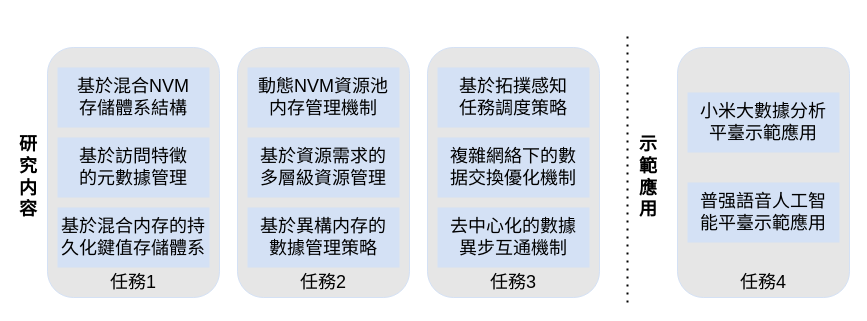
Above: 研究内容3任务.drawio in icszhr/aomenNVM (draw.io), before the change. Source tidied: cells renumbered, new cells numbered last; positions are measured from the earlier drawing's top-left corner, leaving out a move shared by most shapes. Both pictures are drawn from the tidied source at 100%, with x=0, y=0 at pixel (17, 32).
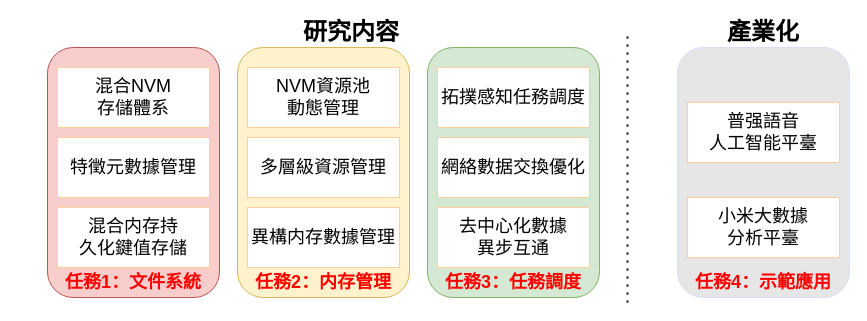
The same diagram, later.

Commit message:
更新研究内容3任务.drawio

The edit, as a diff of the source:
```diff
@@
-    <mxCell id="2" style="rounded=1;whiteSpace=wrap;html=1;strokeColor=#D4E1F5;fillColor=#E6E6E6;" parent="1" vertex="1">
+    <mxCell id="2" style="rounded=1;whiteSpace=wrap;html=1;strokeColor=#b85450;fillColor=#f8cecc;" parent="1" vertex="1">
       <mxGeometry x="30" y="15" width="172" height="250" as="geometry" />
     </mxCell>
-    <mxCell id="3" value="&lt;font style=&quot;font-size: 18px;&quot;&gt;任務1&lt;/font&gt;" style="text;html=1;strokeColor=none;fillColor=none;align=center;verticalAlign=middle;whiteSpace=wrap;rounded=0;" parent="1" vertex="1">
-      <mxGeometry x="86" y="235" width="60" height="30" as="geometry" />
+    <mxCell id="3" value="&lt;font color=&quot;#ff0000&quot; style=&quot;font-size: 18px;&quot;&gt;&lt;b&gt;任務1：文件系統&lt;/b&gt;&lt;/font&gt;" style="text;html=1;strokeColor=none;fillColor=none;align=center;verticalAlign=middle;whiteSpace=wrap;rounded=0;" parent="1" vertex="1">
+      <mxGeometry x="46" y="235" width="140" height="30" as="geometry" />
     </mxCell>
-    <mxCell id="4" value="&lt;span style=&quot;font-size: 18px;&quot;&gt;基於混合NVM&lt;br&gt;存儲體系結構&lt;br&gt;&lt;/span&gt;" style="rounded=0;whiteSpace=wrap;html=1;fillColor=#D4E1F5;strokeColor=none;" parent="1" vertex="1">
+    <mxCell id="4" value="&lt;span style=&quot;font-size: 18px;&quot;&gt;混合NVM&lt;br&gt;存儲體系&lt;br&gt;&lt;/span&gt;" style="rounded=0;whiteSpace=wrap;html=1;fillColor=default;strokeColor=#FFCE9F;" parent="1" vertex="1">
       <mxGeometry x="40" y="35" width="152" height="60" as="geometry" />
     </mxCell>
-    <mxCell id="5" value="&lt;font style=&quot;font-size: 18px;&quot;&gt;&lt;b&gt;研究内容&lt;/b&gt;&lt;/font&gt;" style="text;html=1;strokeColor=none;fillColor=none;align=center;verticalAlign=middle;whiteSpace=wrap;rounded=0;" parent="1" vertex="1">
-      <mxGeometry y="130" width="22" height="30" as="geometry" />
+    <mxCell id="5" value="&lt;font style=&quot;font-size: 24px;&quot;&gt;&lt;b style=&quot;&quot;&gt;研究内容&lt;/b&gt;&lt;/font&gt;" style="text;html=1;strokeColor=none;fillColor=none;align=center;verticalAlign=middle;whiteSpace=wrap;rounded=0;" parent="1" vertex="1">
+      <mxGeometry x="184" y="-15" width="300" height="30" as="geometry" />
     </mxCell>
-    <mxCell id="6" value="&lt;font style=&quot;font-size: 18px;&quot;&gt;基於訪問特徵&lt;br style=&quot;border-color: var(--border-color);&quot;&gt;的元數據管理&lt;/font&gt;" style="rounded=0;whiteSpace=wrap;html=1;fillColor=#D4E1F5;strokeColor=none;" parent="1" vertex="1">
+    <mxCell id="6" value="&lt;font style=&quot;font-size: 18px;&quot;&gt;特徵元數據管理&lt;/font&gt;" style="rounded=0;whiteSpace=wrap;html=1;fillColor=default;strokeColor=#FFCE9F;" parent="1" vertex="1">
       <mxGeometry x="40" y="105" width="152" height="60" as="geometry" />
     </mxCell>
-    <mxCell id="7" value="&lt;font style=&quot;font-size: 18px;&quot;&gt;基於混合内存的持久化鍵值存儲體系&lt;/font&gt;" style="rounded=0;whiteSpace=wrap;html=1;fillColor=#D4E1F5;strokeColor=none;" parent="1" vertex="1">
+    <mxCell id="7" value="&lt;font style=&quot;font-size: 18px;&quot;&gt;混合内存持&lt;br&gt;久化鍵值存儲&lt;/font&gt;" style="rounded=0;whiteSpace=wrap;html=1;fillColor=default;strokeColor=#FFCE9F;" parent="1" vertex="1">
       <mxGeometry x="40" y="175" width="152" height="60" as="geometry" />
     </mxCell>
-    <mxCell id="8" style="rounded=1;whiteSpace=wrap;html=1;strokeColor=#D4E1F5;fillColor=#E6E6E6;" parent="1" vertex="1">
+    <mxCell id="8" style="rounded=1;whiteSpace=wrap;html=1;strokeColor=#d6b656;fillColor=#fff2cc;" parent="1" vertex="1">
       <mxGeometry x="220" y="15" width="172" height="250" as="geometry" />
     </mxCell>
-    <mxCell id="9" value="&lt;font style=&quot;font-size: 18px;&quot;&gt;任務2&lt;/font&gt;" style="text;html=1;strokeColor=none;fillColor=none;align=center;verticalAlign=middle;whiteSpace=wrap;rounded=0;" parent="1" vertex="1">
-      <mxGeometry x="276" y="235" width="60" height="30" as="geometry" />
+    <mxCell id="9" value="&lt;font color=&quot;#ff0000&quot; style=&quot;font-size: 18px;&quot;&gt;&lt;b&gt;任務2：内存管理&lt;/b&gt;&lt;/font&gt;" style="text;html=1;strokeColor=none;fillColor=none;align=center;verticalAlign=middle;whiteSpace=wrap;rounded=0;" parent="1" vertex="1">
+      <mxGeometry x="236" y="235" width="140" height="30" as="geometry" />
     </mxCell>
-    <mxCell id="10" value="&lt;font style=&quot;font-size: 18px;&quot;&gt;動態NVM資源池&lt;br style=&quot;border-color: var(--border-color);&quot;&gt;内存管理機制&lt;/font&gt;&lt;span style=&quot;font-size: 18px;&quot;&gt;&lt;br&gt;&lt;/span&gt;" style="rounded=0;whiteSpace=wrap;html=1;fillColor=#D4E1F5;strokeColor=none;" parent="1" vertex="1">
+    <mxCell id="10" value="&lt;font style=&quot;font-size: 18px;&quot;&gt;NVM資源池&lt;br style=&quot;border-color: var(--border-color);&quot;&gt;動態管理&lt;/font&gt;&lt;span style=&quot;font-size: 18px;&quot;&gt;&lt;br&gt;&lt;/span&gt;" style="rounded=0;whiteSpace=wrap;html=1;fillColor=default;strokeColor=#FFCE9F;" parent="1" vertex="1">
       <mxGeometry x="230" y="35" width="152" height="60" as="geometry" />
     </mxCell>
-    <mxCell id="11" value="&lt;font style=&quot;font-size: 18px;&quot;&gt;基於資源需求的&lt;br style=&quot;border-color: var(--border-color);&quot;&gt;多層級資源管理&lt;/font&gt;" style="rounded=0;whiteSpace=wrap;html=1;fillColor=#D4E1F5;strokeColor=none;" parent="1" vertex="1">
+    <mxCell id="11" value="&lt;font style=&quot;font-size: 18px;&quot;&gt;多層級資源管理&lt;/font&gt;" style="rounded=0;whiteSpace=wrap;html=1;fillColor=default;strokeColor=#FFCE9F;" parent="1" vertex="1">
       <mxGeometry x="230" y="105" width="152" height="60" as="geometry" />
     </mxCell>
-    <mxCell id="12" value="&lt;font style=&quot;font-size: 18px;&quot;&gt;基於異構内存的&lt;br style=&quot;border-color: var(--border-color);&quot;&gt;數據管理策略&lt;/font&gt;" style="rounded=0;whiteSpace=wrap;html=1;fillColor=#D4E1F5;strokeColor=none;" parent="1" vertex="1">
+    <mxCell id="12" value="&lt;font style=&quot;font-size: 18px;&quot;&gt;異構内存數據管理&lt;/font&gt;" style="rounded=0;whiteSpace=wrap;html=1;fillColor=default;strokeColor=#FFCE9F;" parent="1" vertex="1">
       <mxGeometry x="230" y="175" width="152" height="60" as="geometry" />
     </mxCell>
-    <mxCell id="13" style="rounded=1;whiteSpace=wrap;html=1;strokeColor=#D4E1F5;fillColor=#E6E6E6;" parent="1" vertex="1">
+    <mxCell id="13" style="rounded=1;whiteSpace=wrap;html=1;strokeColor=#82b366;fillColor=#d5e8d4;" parent="1" vertex="1">
       <mxGeometry x="410" y="15" width="172" height="250" as="geometry" />
     </mxCell>
-    <mxCell id="14" value="&lt;font style=&quot;font-size: 18px;&quot;&gt;任務3&lt;/font&gt;" style="text;html=1;strokeColor=none;fillColor=none;align=center;verticalAlign=middle;whiteSpace=wrap;rounded=0;" parent="1" vertex="1">
-      <mxGeometry x="466" y="235" width="60" height="30" as="geometry" />
+    <mxCell id="14" value="&lt;font color=&quot;#ff0000&quot; style=&quot;font-size: 18px;&quot;&gt;&lt;b&gt;任務3：任務調度&lt;/b&gt;&lt;/font&gt;" style="text;html=1;strokeColor=none;fillColor=none;align=center;verticalAlign=middle;whiteSpace=wrap;rounded=0;" parent="1" vertex="1">
+      <mxGeometry x="426" y="235" width="140" height="30" as="geometry" />
     </mxCell>
-    <mxCell id="15" value="&lt;font style=&quot;font-size: 18px;&quot;&gt;基於拓撲感知&lt;br style=&quot;border-color: var(--border-color);&quot;&gt;任務調度策略&lt;/font&gt;&lt;span style=&quot;font-size: 18px;&quot;&gt;&lt;br&gt;&lt;/span&gt;" style="rounded=0;whiteSpace=wrap;html=1;fillColor=#D4E1F5;strokeColor=none;" parent="1" vertex="1">
+    <mxCell id="15" value="&lt;font style=&quot;font-size: 18px;&quot;&gt;拓撲感知任務調度&lt;/font&gt;&lt;span style=&quot;font-size: 18px;&quot;&gt;&lt;br&gt;&lt;/span&gt;" style="rounded=0;whiteSpace=wrap;html=1;fillColor=default;strokeColor=#FFCE9F;" parent="1" vertex="1">
       <mxGeometry x="420" y="35" width="152" height="60" as="geometry" />
     </mxCell>
-    <mxCell id="16" value="&lt;font style=&quot;font-size: 18px;&quot;&gt;複雜網絡下的數&lt;br style=&quot;border-color: var(--border-color);&quot;&gt;据交換優化機制&lt;/font&gt;" style="rounded=0;whiteSpace=wrap;html=1;fillColor=#D4E1F5;strokeColor=none;" parent="1" vertex="1">
+    <mxCell id="16" value="&lt;font style=&quot;font-size: 18px;&quot;&gt;網絡數据交換優化&lt;/font&gt;" style="rounded=0;whiteSpace=wrap;html=1;fillColor=default;strokeColor=#FFCE9F;" parent="1" vertex="1">
       <mxGeometry x="420" y="105" width="152" height="60" as="geometry" />
     </mxCell>
-    <mxCell id="17" value="&lt;font style=&quot;font-size: 18px;&quot;&gt;去中心化的數據&lt;br style=&quot;border-color: var(--border-color);&quot;&gt;異步互通機制&lt;/font&gt;" style="rounded=0;whiteSpace=wrap;html=1;fillColor=#D4E1F5;strokeColor=none;" parent="1" vertex="1">
+    <mxCell id="17" value="&lt;font style=&quot;font-size: 18px;&quot;&gt;去中心化數據&lt;br style=&quot;border-color: var(--border-color);&quot;&gt;異步互通&lt;/font&gt;" style="rounded=0;whiteSpace=wrap;html=1;fillColor=default;strokeColor=#FFCE9F;" parent="1" vertex="1">
       <mxGeometry x="420" y="175" width="152" height="60" as="geometry" />
     </mxCell>
@@
-    <mxCell id="19" value="&lt;font style=&quot;font-size: 18px;&quot;&gt;任務4&lt;/font&gt;" style="text;html=1;strokeColor=none;fillColor=none;align=center;verticalAlign=middle;whiteSpace=wrap;rounded=0;" parent="1" vertex="1">
-      <mxGeometry x="716" y="235" width="60" height="30" as="geometry" />
+    <mxCell id="19" value="&lt;font color=&quot;#ff0000&quot; style=&quot;font-size: 18px;&quot;&gt;&lt;b&gt;任務4：示範應用&lt;/b&gt;&lt;/font&gt;" style="text;html=1;strokeColor=none;fillColor=none;align=center;verticalAlign=middle;whiteSpace=wrap;rounded=0;" parent="1" vertex="1">
+      <mxGeometry x="671" y="235" width="150" height="30" as="geometry" />
     </mxCell>
-    <mxCell id="20" value="&lt;font style=&quot;font-size: 18px;&quot;&gt;小米大數據分析&lt;br style=&quot;border-color: var(--border-color);&quot;&gt;平臺示範應用&lt;/font&gt;&lt;span style=&quot;font-size: 18px;&quot;&gt;&lt;br&gt;&lt;/span&gt;" style="rounded=0;whiteSpace=wrap;html=1;fillColor=#D4E1F5;strokeColor=none;" parent="1" vertex="1">
-      <mxGeometry x="670" y="60" width="152" height="60" as="geometry" />
+    <mxCell id="20" value="&lt;font style=&quot;font-size: 18px;&quot;&gt;小米大數據&lt;br&gt;分析平臺&lt;/font&gt;&lt;span style=&quot;font-size: 18px;&quot;&gt;&lt;br&gt;&lt;/span&gt;" style="rounded=0;whiteSpace=wrap;html=1;fillColor=default;strokeColor=#FFCE9F;" parent="1" vertex="1">
+      <mxGeometry x="670" y="165" width="152" height="60" as="geometry" />
     </mxCell>
-    <mxCell id="21" value="&lt;font style=&quot;font-size: 18px;&quot;&gt;普强語音人工智&lt;br style=&quot;border-color: var(--border-color);&quot;&gt;能平臺示範應用&lt;/font&gt;" style="rounded=0;whiteSpace=wrap;html=1;fillColor=#D4E1F5;strokeColor=none;" parent="1" vertex="1">
-      <mxGeometry x="670" y="150" width="152" height="60" as="geometry" />
+    <mxCell id="21" value="&lt;font style=&quot;font-size: 18px;&quot;&gt;普强語音&lt;br&gt;人工智能平臺&lt;/font&gt;" style="rounded=0;whiteSpace=wrap;html=1;fillColor=default;strokeColor=#FFCE9F;" parent="1" vertex="1">
+      <mxGeometry x="670" y="70" width="152" height="60" as="geometry" />
     </mxCell>
@@
-    <mxCell id="23" value="&lt;font style=&quot;font-size: 18px;&quot;&gt;&lt;b&gt;示範應用&lt;/b&gt;&lt;/font&gt;" style="text;html=1;strokeColor=none;fillColor=none;align=center;verticalAlign=middle;whiteSpace=wrap;rounded=0;" parent="1" vertex="1">
-      <mxGeometry x="620" y="130" width="22" height="30" as="geometry" />
+    <mxCell id="23" value="&lt;font style=&quot;font-size: 24px;&quot;&gt;&lt;b style=&quot;&quot;&gt;產業化&lt;/b&gt;&lt;/font&gt;" style="text;html=1;strokeColor=none;fillColor=none;align=center;verticalAlign=middle;whiteSpace=wrap;rounded=0;" parent="1" vertex="1">
+      <mxGeometry x="691" y="-15" width="110" height="30" as="geometry" />
     </mxCell>
```
